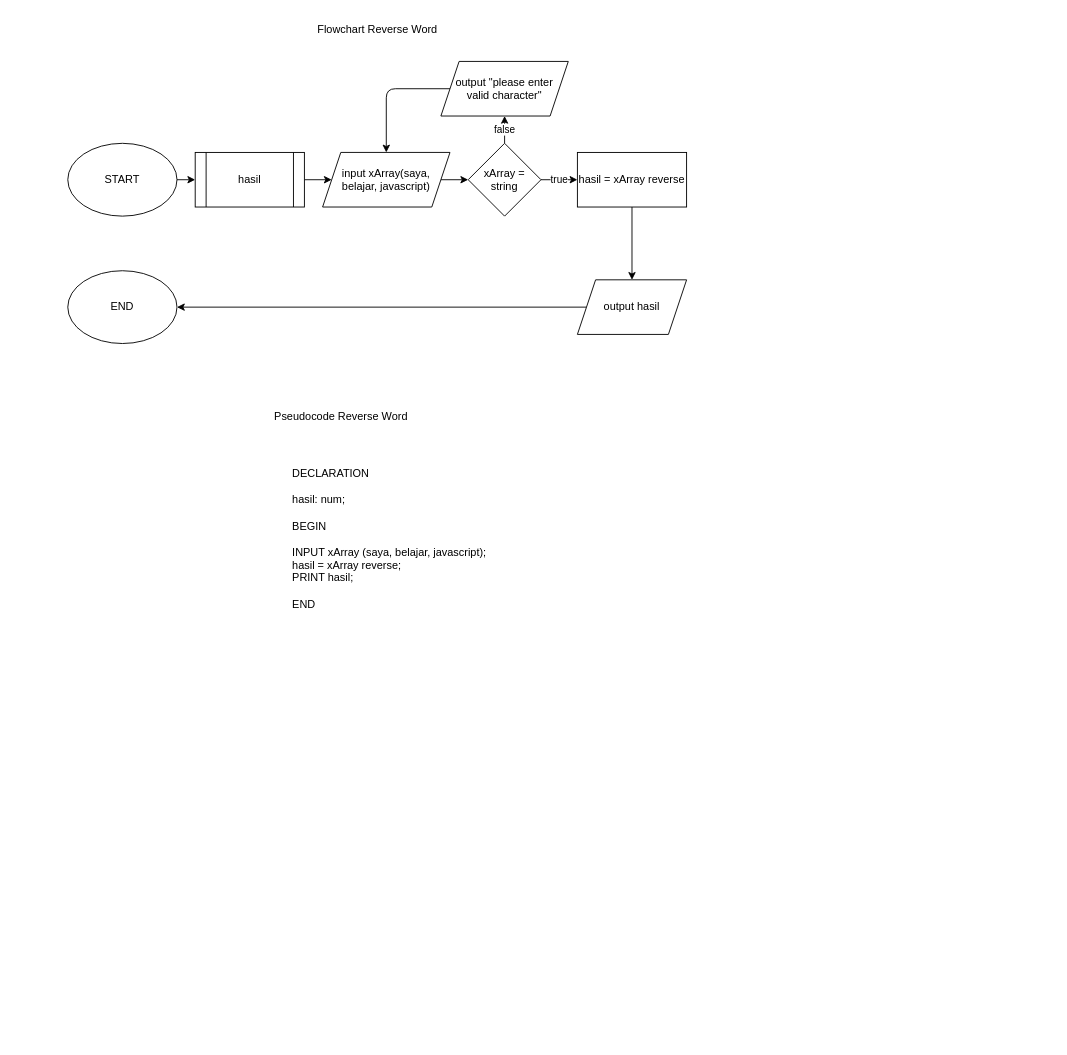
Earlier version of the draw.io diagram page "Algoritma Reverse Word" (2 of 2) of 6-algoritma palindrom & reverse word.drawio (patih1/fwg17-computer-science). Source tidied: cells renumbered, new cells numbered last; positions are measured from the earlier drawing's top-left corner, leaving out a move shared by most shapes. Both pictures are drawn from the tidied source at 91%, with x=0, y=0 at pixel (67, 15).
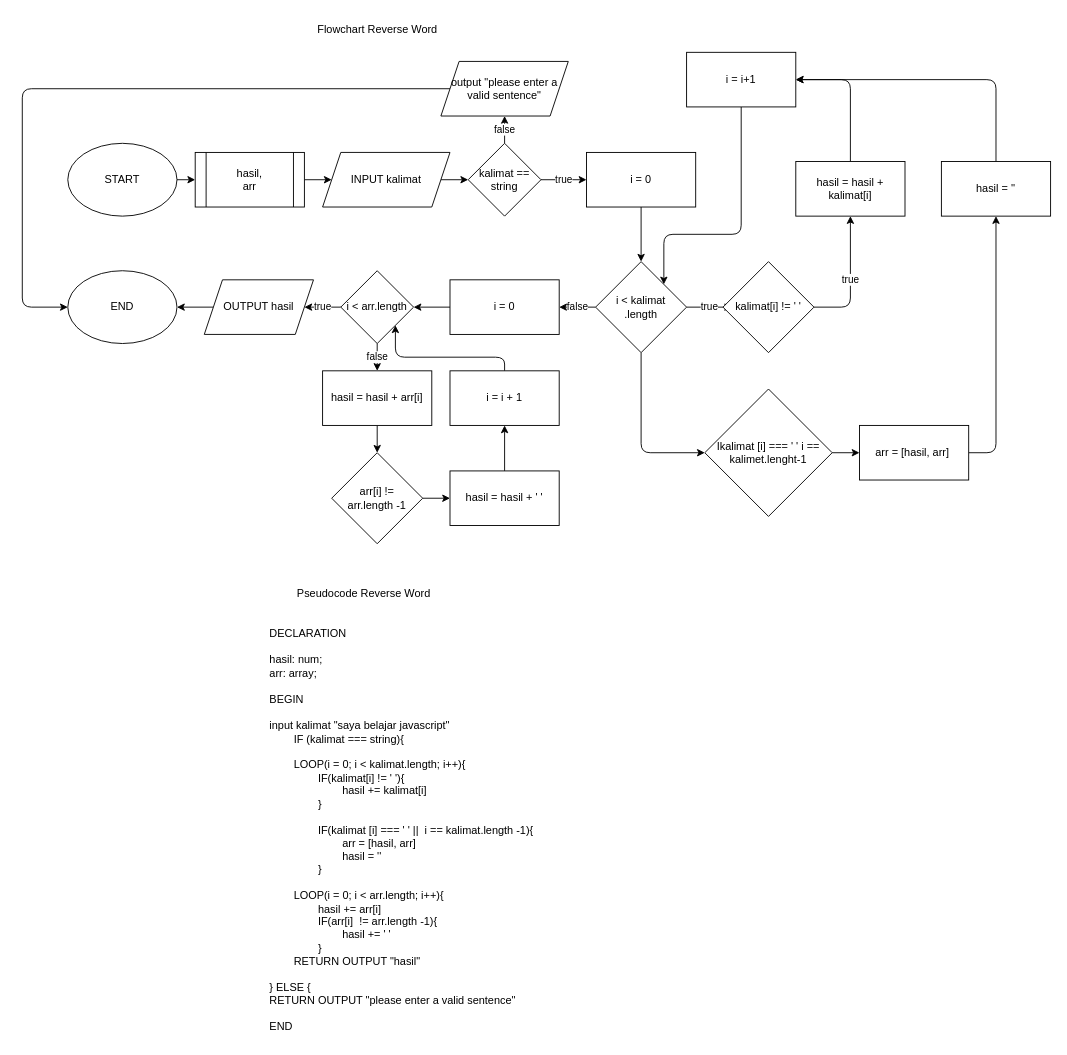
After the change.

Unchanged cells that the change refers to:
```xml
<mxCell id="17" value="END" style="ellipse;whiteSpace=wrap;html=1;" parent="1" vertex="1">
  <mxGeometry y="280" width="120" height="80" as="geometry" />
</mxCell>
```

The edit, as a diff of the source:
```diff
@@
-    <mxCell id="5" value="input xArray(saya, belajar, javascript)" style="shape=parallelogram;perimeter=parallelogramPerimeter;whiteSpace=wrap;html=1;fixedSize=1;" parent="1" vertex="1">
+    <mxCell id="5" value="INPUT kalimat" style="shape=parallelogram;perimeter=parallelogramPerimeter;whiteSpace=wrap;html=1;fixedSize=1;" parent="1" vertex="1">
       <mxGeometry x="280" y="150" width="140" height="60" as="geometry" />
     </mxCell>
@@
-    <mxCell id="7" value="hasil" style="shape=process;whiteSpace=wrap;html=1;backgroundOutline=1;" parent="1" vertex="1">
+    <mxCell id="7" value="hasil,&lt;br&gt;arr&lt;br&gt;" style="shape=process;whiteSpace=wrap;html=1;backgroundOutline=1;" parent="1" vertex="1">
       <mxGeometry x="140" y="150" width="120" height="60" as="geometry" />
     </mxCell>
@@
-    <mxCell id="9" value="true" style="edgeStyle=none;html=1;" parent="1" edge="1" source="10" target="14">
-      <mxGeometry relative="1" as="geometry" />
+    <mxCell id="9" value="true" style="edgeStyle=none;html=1;entryX=0;entryY=0.5;entryDx=0;entryDy=0;" parent="1" edge="1" source="10">
+      <mxGeometry relative="1" as="geometry">
+        <mxPoint x="570" y="180" as="targetPoint" />
+      </mxGeometry>
     </mxCell>
-    <mxCell id="10" value="xArray = &lt;br&gt;string" style="rhombus;whiteSpace=wrap;html=1;" parent="1" vertex="1">
+    <mxCell id="10" value="kalimat == string" style="rhombus;whiteSpace=wrap;html=1;" parent="1" vertex="1">
       <mxGeometry x="440" y="140" width="80" height="80" as="geometry" />
     </mxCell>
-    <mxCell id="11" style="edgeStyle=none;html=1;exitX=0;exitY=0.5;exitDx=0;exitDy=0;entryX=0.5;entryY=0;entryDx=0;entryDy=0;" parent="1" edge="1" source="12" target="5">
-      <mxGeometry relative="1" as="geometry">
-        <Array as="points">
-          <mxPoint x="350" y="80" />
-        </Array>
-      </mxGeometry>
-    </mxCell>
+    <mxCell id="21" style="edgeStyle=orthogonalEdgeStyle;html=1;exitX=0;exitY=0.5;exitDx=0;exitDy=0;entryX=0;entryY=0.5;entryDx=0;entryDy=0;" parent="1" edge="1" source="12" target="17">
+      <mxGeometry relative="1" as="geometry">
+        <Array as="points">
+          <mxPoint x="-50" y="80" />
+          <mxPoint x="-50" y="320" />
+        </Array>
+      </mxGeometry>
+    </mxCell>
-    <mxCell id="12" value="output &quot;please enter &lt;br&gt;valid character&quot;" style="shape=parallelogram;perimeter=parallelogramPerimeter;whiteSpace=wrap;html=1;fixedSize=1;" parent="1" vertex="1">
+    <mxCell id="12" value="output &quot;please enter a&lt;br&gt;valid sentence&quot;" style="shape=parallelogram;perimeter=parallelogramPerimeter;whiteSpace=wrap;html=1;fixedSize=1;" parent="1" vertex="1">
       <mxGeometry x="410" y="50" width="140" height="60" as="geometry" />
     </mxCell>
-    <mxCell id="13" style="edgeStyle=none;html=1;" parent="1" edge="1" source="14" target="16">
-      <mxGeometry relative="1" as="geometry" />
-    </mxCell>
-    <mxCell id="14" value="hasil = xArray reverse" style="whiteSpace=wrap;html=1;" parent="1" vertex="1">
-      <mxGeometry x="560" y="150" width="120" height="60" as="geometry" />
-    </mxCell>
-    <mxCell id="15" style="edgeStyle=none;html=1;exitX=0;exitY=0.5;exitDx=0;exitDy=0;entryX=1;entryY=0.5;entryDx=0;entryDy=0;" parent="1" edge="1" source="16" target="17">
-      <mxGeometry relative="1" as="geometry" />
-    </mxCell>
-    <mxCell id="16" value="output hasil" style="shape=parallelogram;perimeter=parallelogramPerimeter;whiteSpace=wrap;html=1;fixedSize=1;" parent="1" vertex="1">
-      <mxGeometry x="560" y="290" width="120" height="60" as="geometry" />
-    </mxCell>
@@
-    <mxCell id="19" value="DECLARATION&lt;br&gt;&lt;br&gt;hasil: num;&lt;br&gt;&lt;br&gt;BEGIN&lt;br&gt;&lt;br&gt;INPUT xArray (saya, belajar, javascript);&lt;br&gt;hasil = xArray reverse;&lt;br&gt;PRINT hasil;&lt;br&gt;&lt;br&gt;END" style="text;html=1;align=left;verticalAlign=middle;strokeColor=none;fillColor=none;" parent="1" vertex="1">
-      <mxGeometry x="245" y="490" width="240" height="170" as="geometry" />
+    <mxCell id="19" value="DECLARATION&lt;br&gt;&lt;br&gt;hasil: num;&lt;br&gt;arr: array;&lt;br&gt;&lt;br&gt;BEGIN&lt;br&gt;&lt;br&gt;input kalimat &quot;saya belajar javascript&quot;&lt;br&gt;&lt;span style=&quot;white-space: pre;&quot;&gt;&#9;&lt;/span&gt;IF (kalimat === string){&lt;br&gt;&lt;br&gt;&lt;span style=&quot;white-space: pre;&quot;&gt;&#9;&lt;/span&gt;LOOP(i = 0; i &amp;lt; kalimat.length; i++){&lt;br&gt;&lt;span style=&quot;white-space: pre;&quot;&gt;&#9;&lt;/span&gt;&lt;span style=&quot;white-space: pre;&quot;&gt;&#9;&lt;/span&gt;IF(kalimat[i] != ' '){&lt;br&gt;&lt;span style=&quot;white-space: pre;&quot;&gt;&#9;&lt;/span&gt;&lt;span style=&quot;white-space: pre;&quot;&gt;&#9;&lt;span style=&quot;white-space: pre;&quot;&gt;&#9;&lt;/span&gt;&lt;/span&gt;hasil += kalimat[i]&lt;br&gt;&lt;span style=&quot;white-space: pre;&quot;&gt;&#9;&lt;/span&gt;&lt;span style=&quot;white-space: pre;&quot;&gt;&#9;&lt;/span&gt;}&lt;br&gt;&lt;br&gt;&lt;span style=&quot;white-space: pre;&quot;&gt;&#9;&lt;/span&gt;&lt;span style=&quot;white-space: pre;&quot;&gt;&#9;&lt;/span&gt;IF(kalimat [i] === ' ' ||&amp;nbsp; i == kalimat.length -1){&lt;br&gt;&lt;span style=&quot;white-space: pre;&quot;&gt;&#9;&lt;/span&gt;&lt;span style=&quot;white-space: pre;&quot;&gt;&#9;&lt;/span&gt;&lt;span style=&quot;white-space: pre;&quot;&gt;&#9;&lt;/span&gt;arr = [hasil, arr]&lt;br&gt;&lt;span style=&quot;white-space: pre;&quot;&gt;&#9;&lt;/span&gt;&lt;span style=&quot;white-space: pre;&quot;&gt;&#9;&lt;/span&gt;&lt;span style=&quot;white-space: pre;&quot;&gt;&#9;&lt;/span&gt;hasil = ''&lt;br&gt;&lt;span style=&quot;white-space: pre;&quot;&gt;&#9;&lt;/span&gt;&lt;span style=&quot;white-space: pre;&quot;&gt;&#9;&lt;/span&gt;}&lt;br&gt;&lt;br&gt;&lt;span style=&quot;white-space: pre;&quot;&gt;&#9;&lt;/span&gt;LOOP(i = 0; i &amp;lt; arr.length; i++){&lt;br&gt;&lt;span style=&quot;white-space: pre;&quot;&gt;&#9;&lt;/span&gt;&lt;span style=&quot;white-space: pre;&quot;&gt;&#9;&lt;/span&gt;hasil += arr[i]&lt;br&gt;&lt;span style=&quot;white-space: pre;&quot;&gt;&#9;&lt;/span&gt;&lt;span style=&quot;white-space: pre;&quot;&gt;&#9;&lt;/span&gt;IF(arr[i]&amp;nbsp; != arr.length -1){&lt;br&gt;&lt;span style=&quot;white-space: pre;&quot;&gt;&#9;&lt;/span&gt;&lt;span style=&quot;white-space: pre;&quot;&gt;&#9;&lt;/span&gt;&lt;span style=&quot;white-space: pre;&quot;&gt;&#9;&lt;/span&gt;hasil += ' '&lt;br&gt;&lt;span style=&quot;white-space: pre;&quot;&gt;&#9;&lt;/span&gt;&lt;span style=&quot;white-space: pre;&quot;&gt;&#9;&lt;/span&gt;}&lt;br&gt;&lt;span style=&quot;white-space: pre;&quot;&gt;&#9;&lt;/span&gt;RETURN OUTPUT &quot;hasil&quot;&lt;br&gt;&lt;br&gt;} ELSE {&lt;br&gt;RETURN OUTPUT &quot;please enter a valid sentence&quot;&lt;br&gt;&lt;br&gt;END" style="text;html=1;align=left;verticalAlign=middle;strokeColor=none;fillColor=none;" parent="1" vertex="1">
+      <mxGeometry x="220" y="665" width="310" height="460" as="geometry" />
     </mxCell>
     <mxCell id="20" value="Pseudocode Reverse Word" style="text;html=1;align=center;verticalAlign=middle;strokeColor=none;fillColor=none;" parent="1" vertex="1">
-      <mxGeometry x="215" y="425" width="170" height="30" as="geometry" />
+      <mxGeometry x="240" y="620" width="170" height="30" as="geometry" />
     </mxCell>
+    <mxCell id="22" style="edgeStyle=orthogonalEdgeStyle;html=1;" parent="1" edge="1" source="23" target="27">
+      <mxGeometry relative="1" as="geometry" />
+    </mxCell>
+    <mxCell id="23" value="i = 0" style="rounded=0;whiteSpace=wrap;html=1;" parent="1" vertex="1">
+      <mxGeometry x="570" y="150" width="120" height="60" as="geometry" />
+    </mxCell>
+    <mxCell id="24" value="true" style="edgeStyle=none;html=1;" parent="1" edge="1" source="27">
+      <mxGeometry relative="1" as="geometry">
+        <mxPoint x="730" y="320" as="targetPoint" />
+      </mxGeometry>
+    </mxCell>
+    <mxCell id="25" style="edgeStyle=orthogonalEdgeStyle;html=1;exitX=0.5;exitY=1;exitDx=0;exitDy=0;entryX=0;entryY=0.5;entryDx=0;entryDy=0;" parent="1" edge="1" source="27" target="35">
+      <mxGeometry relative="1" as="geometry" />
+    </mxCell>
+    <mxCell id="26" value="false" style="edgeStyle=orthogonalEdgeStyle;html=1;" parent="1" edge="1" source="27" target="41">
+      <mxGeometry relative="1" as="geometry" />
+    </mxCell>
+    <mxCell id="27" value="i &amp;lt; kalimat&lt;br&gt;.length" style="rhombus;whiteSpace=wrap;html=1;rounded=0;" parent="1" vertex="1">
+      <mxGeometry x="580" y="270" width="100" height="100" as="geometry" />
+    </mxCell>
+    <mxCell id="28" value="true" style="edgeStyle=orthogonalEdgeStyle;html=1;exitX=1;exitY=0.5;exitDx=0;exitDy=0;entryX=0.5;entryY=1;entryDx=0;entryDy=0;" parent="1" edge="1" source="29" target="31">
+      <mxGeometry relative="1" as="geometry">
+        <Array as="points">
+          <mxPoint x="860" y="320" />
+        </Array>
+      </mxGeometry>
+    </mxCell>
+    <mxCell id="29" value="kalimat[i] != ' '" style="rhombus;whiteSpace=wrap;html=1;" parent="1" vertex="1">
+      <mxGeometry x="720" y="270" width="100" height="100" as="geometry" />
+    </mxCell>
+    <mxCell id="30" style="edgeStyle=orthogonalEdgeStyle;html=1;exitX=0.5;exitY=0;exitDx=0;exitDy=0;entryX=1;entryY=0.5;entryDx=0;entryDy=0;" parent="1" edge="1" source="31" target="33">
+      <mxGeometry relative="1" as="geometry">
+        <Array as="points">
+          <mxPoint x="860" y="70" />
+        </Array>
+      </mxGeometry>
+    </mxCell>
+    <mxCell id="31" value="hasil = hasil + kalimat[i]" style="rounded=0;whiteSpace=wrap;html=1;" parent="1" vertex="1">
+      <mxGeometry x="800" y="160" width="120" height="60" as="geometry" />
+    </mxCell>
+    <mxCell id="32" style="edgeStyle=orthogonalEdgeStyle;html=1;exitX=0.5;exitY=1;exitDx=0;exitDy=0;entryX=1;entryY=0;entryDx=0;entryDy=0;" parent="1" edge="1" source="33" target="27">
+      <mxGeometry relative="1" as="geometry">
+        <Array as="points">
+          <mxPoint x="740" y="240" />
+          <mxPoint x="655" y="240" />
+        </Array>
+      </mxGeometry>
+    </mxCell>
+    <mxCell id="33" value="i = i+1" style="rounded=0;whiteSpace=wrap;html=1;" parent="1" vertex="1">
+      <mxGeometry x="680" y="40" width="120" height="60" as="geometry" />
+    </mxCell>
+    <mxCell id="34" style="edgeStyle=orthogonalEdgeStyle;html=1;exitX=1;exitY=0.5;exitDx=0;exitDy=0;entryX=0;entryY=0.5;entryDx=0;entryDy=0;" parent="1" edge="1" source="35" target="37">
+      <mxGeometry relative="1" as="geometry" />
+    </mxCell>
+    <mxCell id="35" value="Ikalimat [i] === ' ' i == kalimet.lenght-1" style="rhombus;whiteSpace=wrap;html=1;" parent="1" vertex="1">
+      <mxGeometry x="700" y="410" width="140" height="140" as="geometry" />
+    </mxCell>
+    <mxCell id="36" style="edgeStyle=orthogonalEdgeStyle;html=1;exitX=1;exitY=0.5;exitDx=0;exitDy=0;entryX=0.5;entryY=1;entryDx=0;entryDy=0;" parent="1" edge="1" source="37" target="39">
+      <mxGeometry relative="1" as="geometry" />
+    </mxCell>
+    <mxCell id="37" value="arr = [hasil, arr]&amp;nbsp;" style="rounded=0;whiteSpace=wrap;html=1;" parent="1" vertex="1">
+      <mxGeometry x="870" y="450" width="120" height="60" as="geometry" />
+    </mxCell>
+    <mxCell id="38" style="edgeStyle=orthogonalEdgeStyle;html=1;exitX=0.5;exitY=0;exitDx=0;exitDy=0;entryX=1;entryY=0.5;entryDx=0;entryDy=0;" parent="1" edge="1" source="39" target="33">
+      <mxGeometry relative="1" as="geometry" />
+    </mxCell>
+    <mxCell id="39" value="hasil = ''" style="rounded=0;whiteSpace=wrap;html=1;" parent="1" vertex="1">
+      <mxGeometry x="960" y="160" width="120" height="60" as="geometry" />
+    </mxCell>
+    <mxCell id="40" style="edgeStyle=orthogonalEdgeStyle;html=1;exitX=0;exitY=0.5;exitDx=0;exitDy=0;entryX=1;entryY=0.5;entryDx=0;entryDy=0;" parent="1" edge="1" source="41" target="44">
+      <mxGeometry relative="1" as="geometry" />
+    </mxCell>
+    <mxCell id="41" value="i = 0" style="rounded=0;whiteSpace=wrap;html=1;" parent="1" vertex="1">
+      <mxGeometry x="420" y="290" width="120" height="60" as="geometry" />
+    </mxCell>
+    <mxCell id="42" value="false" style="edgeStyle=orthogonalEdgeStyle;html=1;" parent="1" edge="1" source="44" target="46">
+      <mxGeometry relative="1" as="geometry" />
+    </mxCell>
+    <mxCell id="43" value="true" style="edgeStyle=orthogonalEdgeStyle;html=1;" parent="1" edge="1" source="44" target="54">
+      <mxGeometry relative="1" as="geometry" />
+    </mxCell>
+    <mxCell id="44" value="i &amp;lt; arr.length" style="rhombus;whiteSpace=wrap;html=1;" parent="1" vertex="1">
+      <mxGeometry x="300" y="280" width="80" height="80" as="geometry" />
+    </mxCell>
+    <mxCell id="45" style="edgeStyle=orthogonalEdgeStyle;html=1;" parent="1" edge="1" source="46" target="48">
+      <mxGeometry relative="1" as="geometry" />
+    </mxCell>
+    <mxCell id="46" value="hasil = hasil + arr[i]" style="rounded=0;whiteSpace=wrap;html=1;" parent="1" vertex="1">
+      <mxGeometry x="280" y="390" width="120" height="60" as="geometry" />
+    </mxCell>
+    <mxCell id="47" style="edgeStyle=orthogonalEdgeStyle;html=1;" parent="1" edge="1" source="48" target="50">
+      <mxGeometry relative="1" as="geometry" />
+    </mxCell>
+    <mxCell id="48" value="arr[i] != &lt;br&gt;arr.length -1" style="rhombus;whiteSpace=wrap;html=1;" parent="1" vertex="1">
+      <mxGeometry x="290" y="480" width="100" height="100" as="geometry" />
+    </mxCell>
+    <mxCell id="49" style="edgeStyle=orthogonalEdgeStyle;html=1;" parent="1" edge="1" source="50" target="52">
+      <mxGeometry relative="1" as="geometry" />
+    </mxCell>
+    <mxCell id="50" value="hasil = hasil + ' '" style="rounded=0;whiteSpace=wrap;html=1;" parent="1" vertex="1">
+      <mxGeometry x="420" y="500" width="120" height="60" as="geometry" />
+    </mxCell>
+    <mxCell id="51" style="edgeStyle=orthogonalEdgeStyle;html=1;exitX=0.5;exitY=0;exitDx=0;exitDy=0;entryX=1;entryY=1;entryDx=0;entryDy=0;" parent="1" edge="1" source="52" target="44">
+      <mxGeometry relative="1" as="geometry" />
+    </mxCell>
+    <mxCell id="52" value="i = i + 1" style="rounded=0;whiteSpace=wrap;html=1;" parent="1" vertex="1">
+      <mxGeometry x="420" y="390" width="120" height="60" as="geometry" />
+    </mxCell>
+    <mxCell id="53" style="edgeStyle=orthogonalEdgeStyle;html=1;" parent="1" edge="1" source="54" target="17">
+      <mxGeometry relative="1" as="geometry" />
+    </mxCell>
+    <mxCell id="54" value="OUTPUT hasil" style="shape=parallelogram;perimeter=parallelogramPerimeter;whiteSpace=wrap;html=1;fixedSize=1;" parent="1" vertex="1">
+      <mxGeometry x="150" y="290" width="120" height="60" as="geometry" />
+    </mxCell>
```
